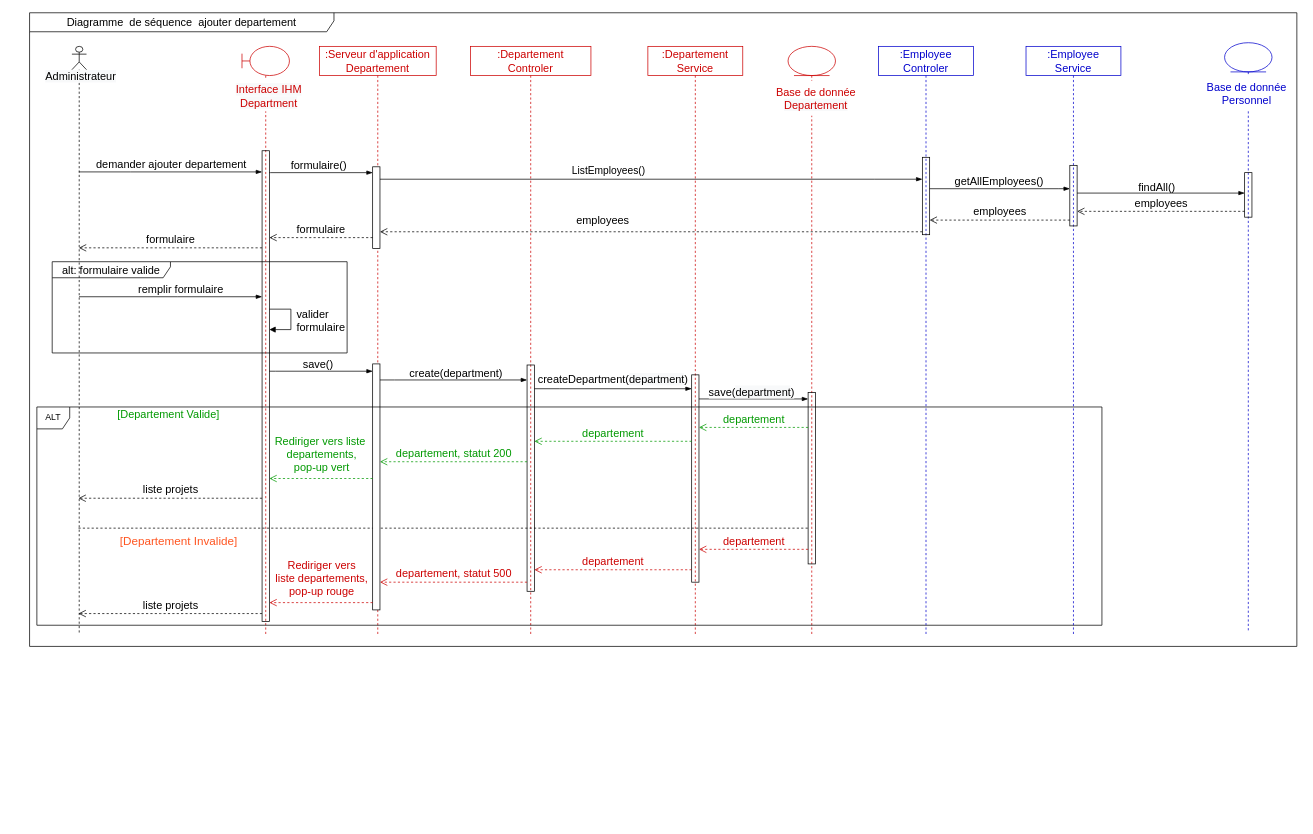
The draw.io diagram Department/AddDepartmentDiagrammeSequence.drawio in ZidiMedAmine/UML, before the edit. Source tidied: cells renumbered, new cells numbered last; positions are measured from the earlier drawing's top-left corner, leaving out a move shared by most shapes. Both pictures are drawn from the tidied source at 73%, with x=0, y=0 at pixel (18, 12).
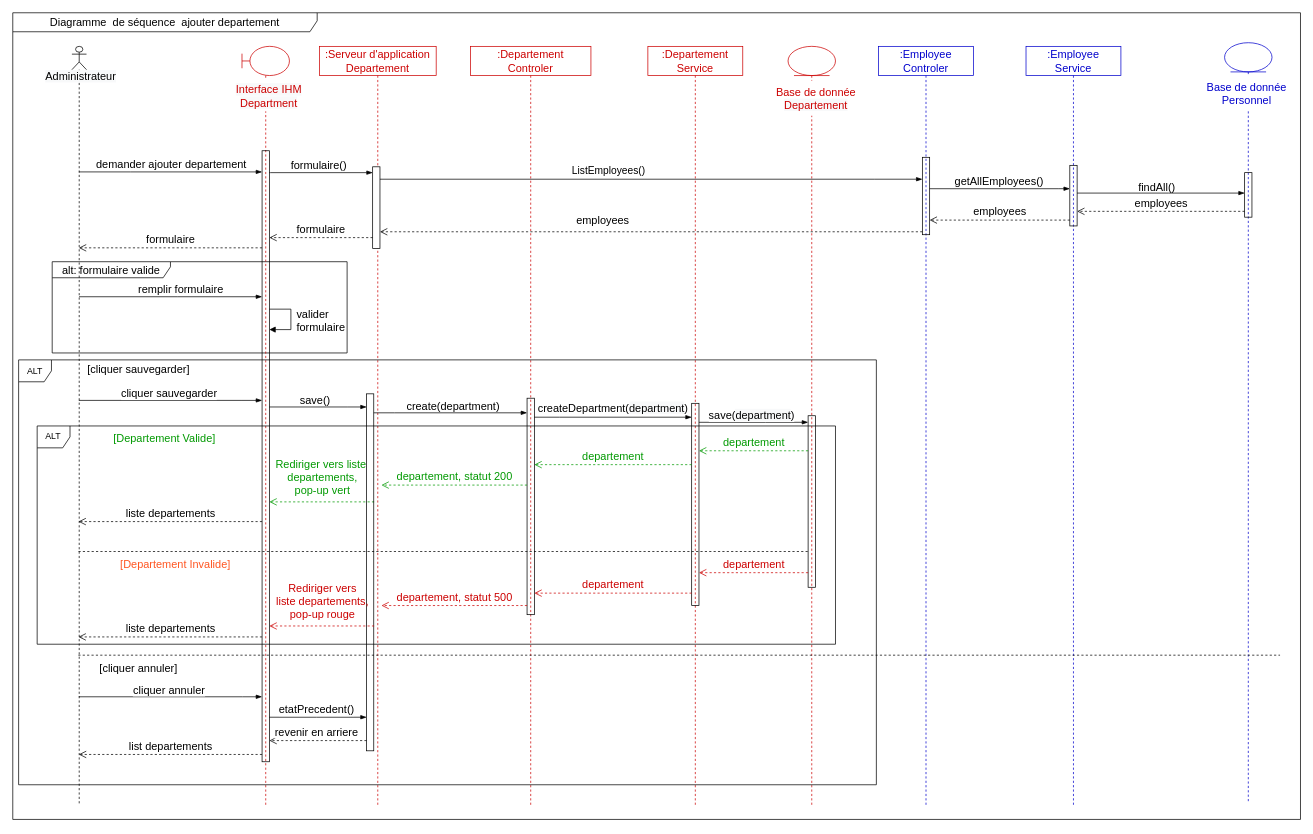
The same diagram, later.

Commit message (it also covers changes not shown here):
Mettre à jour AddDepartmentDiagrammeSequence.drawio

Change to the diagram source:
```diff
@@
     <mxCell id="3" value=":Departement&lt;br&gt;Controler" style="shape=umlLifeline;perimeter=lifelinePerimeter;whiteSpace=wrap;html=1;rounded=0;shadow=0;glass=0;sketch=0;fillColor=none;fontSize=15;fontColor=#CC0000;strokeColor=#CC0000;" parent="1" vertex="1">
-      <mxGeometry x="619" y="46" width="165" height="805" as="geometry" />
+      <mxGeometry x="619" y="46" width="165" height="1040" as="geometry" />
     </mxCell>
     <mxCell id="4" style="html=1;points=[];perimeter=orthogonalPerimeter;rounded=0;shadow=0;glass=0;sketch=0;fontSize=15;fillColor=none;" parent="3" vertex="1">
-      <mxGeometry x="77.5" y="436.5" width="10" height="310" as="geometry" />
+      <mxGeometry x="77.5" y="482" width="10" height="296.5" as="geometry" />
     </mxCell>
     <mxCell id="5" style="edgeStyle=none;rounded=0;jettySize=auto;html=1;fontSize=15;fontColor=#000000;strokeColor=#000000;endArrow=none;endFill=0;dashed=1;" parent="1" edge="1" target="11">
       <mxGeometry relative="1" as="geometry">
-        <mxPoint x="82" y="706" as="sourcePoint" />
+        <mxPoint x="82" y="738" as="sourcePoint" />
         <Array as="points">
-          <mxPoint x="201" y="706" />
+          <mxPoint x="201" y="738" />
         </Array>
       </mxGeometry>
     </mxCell>
     <mxCell id="6" style="shape=umlLifeline;participant=umlActor;perimeter=lifelinePerimeter;whiteSpace=wrap;html=1;verticalAlign=top;spacingTop=36;outlineConnect=0;fillColor=none;size=32;sketch=0;shadow=0;rounded=0;glass=0;" parent="1" vertex="1">
-      <mxGeometry x="73" y="46" width="20" height="805" as="geometry" />
+      <mxGeometry x="73" y="46" width="20" height="1040" as="geometry" />
     </mxCell>
@@
     <mxCell id="8" value=":Departement&lt;br&gt;Service" style="shape=umlLifeline;perimeter=lifelinePerimeter;whiteSpace=wrap;html=1;rounded=0;shadow=0;glass=0;sketch=0;fillColor=none;fontSize=15;fontColor=#CC0000;strokeColor=#CC0000;" parent="1" vertex="1">
-      <mxGeometry x="862" y="46" width="130" height="805" as="geometry" />
+      <mxGeometry x="862" y="46" width="130" height="1040" as="geometry" />
     </mxCell>
     <mxCell id="9" style="html=1;points=[];perimeter=orthogonalPerimeter;rounded=0;shadow=0;glass=0;sketch=0;fontSize=15;fillColor=none;" parent="8" vertex="1">
-      <mxGeometry x="60" y="450" width="10" height="284" as="geometry" />
+      <mxGeometry x="60" y="489" width="10" height="277" as="geometry" />
     </mxCell>
     <mxCell id="10" style="shape=umlLifeline;participant=umlEntity;perimeter=lifelinePerimeter;whiteSpace=wrap;html=1;verticalAlign=top;spacingTop=36;rounded=0;shadow=0;glass=0;sketch=0;fontSize=15;fillColor=none;fontColor=#CC6600;strokeColor=#CC0000;" parent="1" vertex="1">
-      <mxGeometry x="1054" y="46" width="65" height="805" as="geometry" />
+      <mxGeometry x="1054" y="46" width="65" height="1040" as="geometry" />
     </mxCell>
     <mxCell id="11" style="html=1;points=[];perimeter=orthogonalPerimeter;rounded=0;shadow=0;glass=0;sketch=0;fontSize=15;fillColor=none;" parent="10" vertex="1">
-      <mxGeometry x="27.5" y="474" width="10" height="235" as="geometry" />
+      <mxGeometry x="27.5" y="506" width="10" height="235" as="geometry" />
     </mxCell>
@@
     <mxCell id="13" style="shape=umlLifeline;participant=umlBoundary;perimeter=lifelinePerimeter;whiteSpace=wrap;html=1;verticalAlign=top;spacingTop=36;rounded=0;shadow=0;glass=0;sketch=0;fontSize=15;fillColor=none;fontColor=#CC6600;strokeColor=#CC0000;" parent="1" vertex="1">
-      <mxGeometry x="306" y="46" width="65" height="805" as="geometry" />
+      <mxGeometry x="306" y="46" width="65" height="1040" as="geometry" />
     </mxCell>
@@
     <mxCell id="15" style="html=1;points=[];perimeter=orthogonalPerimeter;rounded=0;shadow=0;glass=0;sketch=0;fontSize=15;fillColor=none;" parent="13" vertex="1">
-      <mxGeometry x="27.5" y="143" width="10" height="645" as="geometry" />
+      <mxGeometry x="27.5" y="143" width="10" height="837" as="geometry" />
     </mxCell>
@@
     <mxCell id="19" style="edgeStyle=elbowEdgeStyle;fontSize=12;html=1;endArrow=blockThin;endFill=1;rounded=0;" parent="1" edge="1" source="4" target="9">
       <mxGeometry relative="1" as="geometry">
         <Array as="points">
-          <mxPoint x="741" y="515" />
-          <mxPoint x="716" y="306" />
-          <mxPoint x="565" y="291" />
-          <mxPoint x="490" y="320" />
+          <mxPoint x="741" y="554" />
+          <mxPoint x="716" y="345" />
+          <mxPoint x="565" y="330" />
+          <mxPoint x="490" y="359" />
         </Array>
       </mxGeometry>
     </mxCell>
@@
     <mxCell id="21" style="edgeStyle=elbowEdgeStyle;fontSize=12;html=1;endArrow=blockThin;endFill=1;rounded=0;" parent="1" edge="1" source="9" target="11">
       <mxGeometry relative="1" as="geometry">
         <Array as="points">
-          <mxPoint x="1023" y="529" />
-          <mxPoint x="932" y="540" />
-          <mxPoint x="729" y="316" />
+          <mxPoint x="1023" y="561" />
+          <mxPoint x="932" y="572" />
+          <mxPoint x="729" y="348" />
         </Array>
       </mxGeometry>
     </mxCell>
@@
     <mxCell id="23" value="&lt;font color=&quot;#009900&quot;&gt;departement&lt;/font&gt;" style="html=1;verticalAlign=bottom;endArrow=open;dashed=1;endSize=8;rounded=0;fontSize=15;strokeColor=#009900;" parent="1" edge="1" source="11" target="9">
       <mxGeometry relative="1" as="geometry">
         <Array as="points">
-          <mxPoint x="988" y="568" />
+          <mxPoint x="988" y="600" />
         </Array>
       </mxGeometry>
     </mxCell>
     <mxCell id="24" value="&lt;span style=&quot;color: rgb(0, 153, 0);&quot;&gt;departement&lt;/span&gt;" style="html=1;verticalAlign=bottom;endArrow=open;dashed=1;endSize=8;rounded=0;fontSize=15;strokeColor=#009900;" parent="1" edge="1" source="9" target="4">
       <mxGeometry relative="1" as="geometry">
         <Array as="points">
-          <mxPoint x="858" y="587" />
+          <mxPoint x="858" y="619" />
         </Array>
       </mxGeometry>
     </mxCell>
     <mxCell id="25" value=":Serveur d'application&lt;br&gt;Departement" style="shape=umlLifeline;perimeter=lifelinePerimeter;whiteSpace=wrap;html=1;rounded=0;shadow=0;glass=0;sketch=0;fillColor=none;fontSize=15;fontColor=#CC0000;strokeColor=#CC0000;" parent="1" vertex="1">
-      <mxGeometry x="412" y="46" width="160" height="805" as="geometry" />
+      <mxGeometry x="412" y="46" width="160" height="1040" as="geometry" />
     </mxCell>
@@
-    <mxCell id="27" style="html=1;points=[];perimeter=orthogonalPerimeter;" parent="25" vertex="1">
-      <mxGeometry x="73" y="435" width="10" height="337" as="geometry" />
-    </mxCell>
@@
-    <mxCell id="34" style="fontSize=12;html=1;endArrow=blockThin;endFill=1;rounded=0;" parent="1" edge="1" target="27">
+    <mxCell id="34" style="fontSize=12;html=1;endArrow=blockThin;endFill=1;rounded=0;" parent="1" edge="1" source="15" target="67">
       <mxGeometry relative="1" as="geometry">
-        <mxPoint x="343.5" y="491" as="sourcePoint" />
         <Array as="points">
-          <mxPoint x="352" y="491" />
+          <mxPoint x="450" y="540" />
         </Array>
       </mxGeometry>
     </mxCell>
@@
-    <mxCell id="36" style="fontSize=12;html=1;endArrow=blockThin;endFill=1;rounded=0;" parent="1" edge="1" source="27" target="4">
+    <mxCell id="36" style="fontSize=12;html=1;endArrow=blockThin;endFill=1;rounded=0;" parent="1" edge="1" source="67" target="4">
       <mxGeometry relative="1" as="geometry">
         <Array as="points">
-          <mxPoint x="515" y="503" />
+          <mxPoint x="515" y="548" />
         </Array>
       </mxGeometry>
     </mxCell>
@@
-    <mxCell id="38" value="&lt;span style=&quot;color: rgb(0, 153, 0);&quot;&gt;departement&lt;/span&gt;&lt;font color=&quot;#009900&quot;&gt;, statut 200&lt;/font&gt;" style="html=1;verticalAlign=bottom;endArrow=open;dashed=1;endSize=8;rounded=0;fontSize=15;strokeColor=#009900;" parent="1" edge="1" source="4" target="27">
+    <mxCell id="38" value="&lt;span style=&quot;color: rgb(0, 153, 0);&quot;&gt;departement&lt;/span&gt;&lt;font color=&quot;#009900&quot;&gt;, statut 200&lt;/font&gt;" style="html=1;verticalAlign=bottom;endArrow=open;dashed=1;endSize=8;rounded=0;fontSize=15;strokeColor=#009900;" parent="1" edge="1" source="4">
       <mxGeometry relative="1" as="geometry">
+        <mxPoint x="497" y="647" as="targetPoint" />
         <Array as="points">
-          <mxPoint x="596" y="615" />
+          <mxPoint x="596" y="647" />
         </Array>
       </mxGeometry>
     </mxCell>
-    <mxCell id="39" value="&lt;font color=&quot;#009900&quot;&gt;Rediriger vers liste&amp;nbsp;&lt;br&gt;&lt;/font&gt;&lt;span style=&quot;color: rgb(0, 153, 0);&quot;&gt;departements&lt;/span&gt;&lt;font color=&quot;#009900&quot;&gt;,&lt;br&gt;pop-up vert&lt;br&gt;&lt;/font&gt;" style="html=1;verticalAlign=bottom;endArrow=open;dashed=1;endSize=8;rounded=0;fontSize=15;strokeColor=#009900;" parent="1" edge="1" source="27">
+    <mxCell id="39" value="&lt;font color=&quot;#009900&quot;&gt;Rediriger vers liste&amp;nbsp;&lt;br&gt;&lt;/font&gt;&lt;span style=&quot;color: rgb(0, 153, 0);&quot;&gt;departements&lt;/span&gt;&lt;font color=&quot;#009900&quot;&gt;,&lt;br&gt;pop-up vert&lt;br&gt;&lt;/font&gt;" style="html=1;verticalAlign=bottom;endArrow=open;dashed=1;endSize=8;rounded=0;fontSize=15;strokeColor=#009900;" parent="1" edge="1">
       <mxGeometry x="-0.01" y="-4" relative="1" as="geometry">
-        <mxPoint x="343.5" y="638" as="targetPoint" />
+        <mxPoint x="487" y="670" as="sourcePoint" />
+        <mxPoint x="343.5" y="670" as="targetPoint" />
         <Array as="points">
-          <mxPoint x="422" y="638" />
+          <mxPoint x="422" y="670" />
         </Array>
       </mxGeometry>
     </mxCell>
-    <mxCell id="40" value="&lt;font color=&quot;#000000&quot;&gt;liste projets&lt;/font&gt;" style="html=1;verticalAlign=bottom;endArrow=open;dashed=1;endSize=8;rounded=0;fontSize=15;fontColor=#009900;strokeColor=#000000;" parent="1" edge="1">
+    <mxCell id="40" value="&lt;font color=&quot;#000000&quot;&gt;liste departements&lt;/font&gt;" style="html=1;verticalAlign=bottom;endArrow=open;dashed=1;endSize=8;rounded=0;fontSize=15;fontColor=#009900;strokeColor=#000000;" parent="1" edge="1">
       <mxGeometry relative="1" as="geometry">
-        <mxPoint x="333.5" y="665" as="sourcePoint" />
-        <mxPoint x="82" y="665" as="targetPoint" />
+        <mxPoint x="333.5" y="697" as="sourcePoint" />
+        <mxPoint x="82" y="697" as="targetPoint" />
         <Array as="points">
-          <mxPoint x="237" y="665" />
+          <mxPoint x="237" y="697" />
         </Array>
       </mxGeometry>
     </mxCell>
     <mxCell id="41" style="group;" parent="1" vertex="1">
-      <mxGeometry y="362" width="1751" height="549" as="geometry" />
+      <mxGeometry y="362" width="1755" height="745" as="geometry" />
     </mxCell>
-    <mxCell id="42" value="ALT" style="shape=umlFrame;whiteSpace=wrap;html=1;width=45;height=30;" parent="41" vertex="1">
-      <mxGeometry x="25" y="178" width="1459" height="299" as="geometry" />
-    </mxCell>
     <mxCell id="43" value="&lt;div style=&quot;text-align: left; font-size: 15px;&quot;&gt;&lt;span style=&quot;background-color: initial; font-size: 15px;&quot;&gt;[Departement&amp;nbsp;&lt;/span&gt;&lt;span style=&quot;background-color: initial; text-align: right; font-size: 15px;&quot;&gt;Valide]&lt;/span&gt;&lt;/div&gt;" style="text;html=1;strokeColor=none;fillColor=none;align=center;verticalAlign=middle;whiteSpace=wrap;rounded=0;fontSize=15;fontColor=#009900;" parent="41" vertex="1">
-      <mxGeometry x="101.5" y="175.7" width="206.5" height="24.4" as="geometry" />
+      <mxGeometry x="99.1" y="207.7" width="201.7" height="24.4" as="geometry" />
     </mxCell>
-    <mxCell id="44" value="[Departement Invalide]" style="text;html=1;strokeColor=none;fillColor=none;align=center;verticalAlign=middle;whiteSpace=wrap;rounded=0;fontSize=16;fontColor=#FF5521;" parent="41" vertex="1">
-      <mxGeometry x="136.1" y="350" width="167.4" height="22.6" as="geometry" />
+    <mxCell id="44" value="[Departement Invalide]" style="text;html=1;strokeColor=none;fillColor=none;align=center;verticalAlign=middle;whiteSpace=wrap;rounded=0;fontSize=15;fontColor=#FF5521;" parent="41" vertex="1">
+      <mxGeometry x="132.9" y="382" width="163.5" height="22.6" as="geometry" />
     </mxCell>
-    <mxCell id="45" value="Diagramme&amp;nbsp; de séquence&amp;nbsp; ajouter departement" style="shape=umlFrame;whiteSpace=wrap;html=1;rounded=0;shadow=0;glass=0;sketch=0;fontSize=15;fillColor=none;width=417;height=26;" parent="41" vertex="1">
-      <mxGeometry x="15" y="-362" width="1736" height="868" as="geometry" />
-    </mxCell>
+    <mxCell id="67" style="html=1;points=[];perimeter=orthogonalPerimeter;rounded=0;shadow=0;glass=0;sketch=0;fontSize=15;fillColor=none;" parent="41" vertex="1">
+      <mxGeometry x="476.7" y="160" width="9.8" height="489" as="geometry" />
+    </mxCell>
+    <mxCell id="68" value="&lt;div style=&quot;text-align: left;&quot;&gt;&lt;span style=&quot;color: rgb(0, 0, 0); text-align: center; background-color: rgb(255, 255, 255);&quot;&gt;&lt;font style=&quot;font-size: 15px;&quot;&gt;[cliquer sauvegarder]&lt;/font&gt;&lt;/span&gt;&lt;br&gt;&lt;/div&gt;" style="text;html=1;strokeColor=none;fillColor=none;align=center;verticalAlign=bottom;whiteSpace=wrap;rounded=0;fontSize=15;fontColor=#009900;" parent="41" vertex="1">
+      <mxGeometry x="89.9" y="114" width="148.5" height="24.4" as="geometry" />
+    </mxCell>
+    <mxCell id="69" value="&lt;div style=&quot;text-align: left;&quot;&gt;&lt;span style=&quot;color: rgb(0, 0, 0); text-align: center; background-color: rgb(255, 255, 255);&quot;&gt;&lt;font style=&quot;font-size: 15px;&quot;&gt;[cliquer annuler]&lt;/font&gt;&lt;/span&gt;&lt;br&gt;&lt;/div&gt;" style="text;html=1;strokeColor=none;fillColor=none;align=center;verticalAlign=bottom;whiteSpace=wrap;rounded=0;fontSize=15;fontColor=#009900;" parent="41" vertex="1">
+      <mxGeometry x="89.9" y="523" width="148.5" height="24.4" as="geometry" />
+    </mxCell>
+    <mxCell id="42" value="ALT" style="shape=umlFrame;whiteSpace=wrap;html=1;width=45;height=30;" parent="41" vertex="1">
+      <mxGeometry x="25.4" y="204" width="1093.6" height="299" as="geometry" />
+    </mxCell>
+    <mxCell id="70" value="ALT" style="shape=umlFrame;whiteSpace=wrap;html=1;width=45;height=30;" parent="41" vertex="1">
+      <mxGeometry y="113.5" width="1175" height="582" as="geometry" />
+    </mxCell>
     <mxCell id="46" value="&lt;font color=&quot;#cc0000&quot;&gt;departement&lt;/font&gt;" style="html=1;verticalAlign=bottom;endArrow=open;dashed=1;endSize=8;rounded=0;fontSize=15;fontColor=#000000;strokeColor=#CC0000;" parent="1" edge="1" source="11" target="9">
       <mxGeometry relative="1" as="geometry">
         <Array as="points">
-          <mxPoint x="1001" y="735" />
+          <mxPoint x="1001" y="767" />
         </Array>
       </mxGeometry>
     </mxCell>
     <mxCell id="47" value="&lt;span style=&quot;color: rgb(204, 0, 0);&quot;&gt;departement&lt;/span&gt;" style="html=1;verticalAlign=bottom;endArrow=open;dashed=1;endSize=8;rounded=0;fontSize=15;fontColor=#000000;strokeColor=#CC0000;" parent="1" edge="1" source="9" target="4">
       <mxGeometry relative="1" as="geometry">
         <Array as="points">
-          <mxPoint x="842" y="763" />
+          <mxPoint x="842" y="795" />
         </Array>
       </mxGeometry>
     </mxCell>
-    <mxCell id="48" value="&lt;span style=&quot;color: rgb(204, 0, 0);&quot;&gt;departement&lt;/span&gt;&lt;font color=&quot;#cc0000&quot;&gt;, statut 500&lt;/font&gt;" style="html=1;verticalAlign=bottom;endArrow=open;dashed=1;endSize=8;rounded=0;fontSize=15;fontColor=#000000;strokeColor=#CC0000;" parent="1" edge="1" source="4" target="27">
+    <mxCell id="48" value="&lt;span style=&quot;color: rgb(204, 0, 0);&quot;&gt;departement&lt;/span&gt;&lt;font color=&quot;#cc0000&quot;&gt;, statut 500&lt;/font&gt;" style="html=1;verticalAlign=bottom;endArrow=open;dashed=1;endSize=8;rounded=0;fontSize=15;fontColor=#000000;strokeColor=#CC0000;" parent="1" edge="1" source="4">
       <mxGeometry relative="1" as="geometry">
+        <mxPoint x="497" y="812" as="targetPoint" />
         <Array as="points">
-          <mxPoint x="582" y="780" />
+          <mxPoint x="582" y="812" />
         </Array>
       </mxGeometry>
     </mxCell>
-    <mxCell id="49" value="&lt;font color=&quot;#cc0000&quot;&gt;Rediriger vers &lt;br&gt;liste&amp;nbsp;&lt;/font&gt;&lt;span style=&quot;color: rgb(204, 0, 0);&quot;&gt;departements&lt;/span&gt;&lt;font color=&quot;#cc0000&quot;&gt;,&lt;br&gt;pop-up rouge&lt;/font&gt;" style="html=1;verticalAlign=bottom;endArrow=open;dashed=1;endSize=8;rounded=0;fontSize=15;strokeColor=#CC0000;" parent="1" edge="1" source="27">
+    <mxCell id="49" value="&lt;font color=&quot;#cc0000&quot;&gt;Rediriger vers &lt;br&gt;liste&amp;nbsp;&lt;/font&gt;&lt;span style=&quot;color: rgb(204, 0, 0);&quot;&gt;departements&lt;/span&gt;&lt;font color=&quot;#cc0000&quot;&gt;,&lt;br&gt;pop-up rouge&lt;/font&gt;" style="html=1;verticalAlign=bottom;endArrow=open;dashed=1;endSize=8;rounded=0;fontSize=15;strokeColor=#CC0000;labelBackgroundColor=none;" parent="1" edge="1">
       <mxGeometry x="-0.01" y="-4" relative="1" as="geometry">
-        <mxPoint x="343.5" y="808" as="targetPoint" />
+        <mxPoint x="487" y="840" as="sourcePoint" />
+        <mxPoint x="343.5" y="840" as="targetPoint" />
         <Array as="points">
-          <mxPoint x="408" y="808" />
+          <mxPoint x="408" y="840" />
         </Array>
       </mxGeometry>
     </mxCell>
-    <mxCell id="50" value="&lt;font color=&quot;#000000&quot;&gt;liste projets&lt;/font&gt;" style="html=1;verticalAlign=bottom;endArrow=open;dashed=1;endSize=8;rounded=0;fontSize=15;fontColor=#009900;strokeColor=#000000;" parent="1" edge="1">
+    <mxCell id="50" value="&lt;font color=&quot;#000000&quot;&gt;liste&amp;nbsp;&lt;/font&gt;&lt;span style=&quot;color: rgb(0, 0, 0);&quot;&gt;departements&lt;/span&gt;" style="html=1;verticalAlign=bottom;endArrow=open;dashed=1;endSize=8;rounded=0;fontSize=15;fontColor=#009900;strokeColor=#000000;" parent="1" edge="1">
       <mxGeometry relative="1" as="geometry">
-        <mxPoint x="333.5" y="823" as="sourcePoint" />
-        <mxPoint x="82" y="823" as="targetPoint" />
+        <mxPoint x="333.5" y="855" as="sourcePoint" />
+        <mxPoint x="82" y="855" as="targetPoint" />
         <Array as="points">
-          <mxPoint x="194" y="823" />
+          <mxPoint x="194" y="855" />
         </Array>
       </mxGeometry>
     </mxCell>
     <mxCell id="51" value=":Employee&lt;br&gt;Controler" style="shape=umlLifeline;perimeter=lifelinePerimeter;whiteSpace=wrap;html=1;rounded=0;shadow=0;glass=0;sketch=0;fillColor=none;fontSize=15;strokeColor=#0000CC;fontColor=#0000CC;" parent="1" vertex="1">
-      <mxGeometry x="1178" y="46" width="130" height="805" as="geometry" />
+      <mxGeometry x="1178" y="46" width="130" height="1040" as="geometry" />
     </mxCell>
@@
     <mxCell id="53" style="shape=umlLifeline;participant=umlEntity;perimeter=lifelinePerimeter;whiteSpace=wrap;html=1;verticalAlign=top;spacingTop=36;rounded=0;shadow=0;glass=0;sketch=0;fontSize=15;fillColor=none;strokeColor=#0000CC;" parent="1" vertex="1">
-      <mxGeometry x="1652" y="41" width="65" height="805" as="geometry" />
+      <mxGeometry x="1652" y="41" width="65" height="1040" as="geometry" />
     </mxCell>
@@
     <mxCell id="56" value=":Employee&lt;br&gt;Service" style="shape=umlLifeline;perimeter=lifelinePerimeter;whiteSpace=wrap;html=1;rounded=0;shadow=0;glass=0;sketch=0;fillColor=none;fontSize=15;strokeColor=#0000CC;fontColor=#0000CC;" parent="1" vertex="1">
-      <mxGeometry x="1380" y="46" width="130" height="805" as="geometry" />
+      <mxGeometry x="1380" y="46" width="130" height="1040" as="geometry" />
     </mxCell>
@@
+    <mxCell id="45" value="Diagramme&amp;nbsp; de séquence&amp;nbsp; ajouter departement" style="shape=umlFrame;whiteSpace=wrap;html=1;rounded=0;shadow=0;glass=0;sketch=0;fontSize=15;fillColor=none;width=417;height=26;" parent="1" vertex="1">
+      <mxGeometry x="-8" width="1764" height="1105" as="geometry" />
+    </mxCell>
+    <mxCell id="71" style="edgeStyle=elbowEdgeStyle;fontSize=12;html=1;endArrow=blockThin;endFill=1;rounded=0;fontColor=#000000;" parent="1" edge="1" source="6" target="15">
+      <mxGeometry relative="1" as="geometry">
+        <Array as="points">
+          <mxPoint x="306" y="531" />
+          <mxPoint x="188" y="516" />
+        </Array>
+      </mxGeometry>
+    </mxCell>
+    <mxCell id="72" value="cliquer sauvegarder" style="edgeLabel;html=1;align=center;verticalAlign=middle;fontSize=15;fontColor=#000000;" parent="71" vertex="1">
+      <mxGeometry x="-0.02" y="2" relative="1" as="geometry">
+        <mxPoint y="-9" as="offset" />
+      </mxGeometry>
+    </mxCell>
+    <mxCell id="73" style="rounded=0;orthogonalLoop=1;jettySize=auto;html=1;fontSize=15;fontColor=#000000;strokeColor=#000000;endArrow=none;endFill=0;dashed=1;" parent="1" edge="1">
+      <mxGeometry relative="1" as="geometry">
+        <mxPoint x="81.8" y="880" as="sourcePoint" />
+        <mxPoint x="1728" y="880" as="targetPoint" />
+      </mxGeometry>
+    </mxCell>
+    <mxCell id="74" style="edgeStyle=elbowEdgeStyle;fontSize=12;html=1;endArrow=blockThin;endFill=1;rounded=0;fontColor=#000000;" parent="1" edge="1" source="6" target="15">
+      <mxGeometry relative="1" as="geometry">
+        <Array as="points">
+          <mxPoint x="306.7" y="937" />
+          <mxPoint x="188.7" y="922" />
+        </Array>
+      </mxGeometry>
+    </mxCell>
+    <mxCell id="75" value="cliquer annuler" style="edgeLabel;html=1;align=center;verticalAlign=middle;fontSize=15;fontColor=#000000;" parent="74" vertex="1">
+      <mxGeometry x="-0.02" y="2" relative="1" as="geometry">
+        <mxPoint y="-9" as="offset" />
+      </mxGeometry>
+    </mxCell>
+    <mxCell id="76" style="edgeStyle=elbowEdgeStyle;fontSize=12;html=1;endArrow=blockThin;endFill=1;rounded=0;fontColor=#000000;" parent="1" edge="1" source="15" target="67">
+      <mxGeometry relative="1" as="geometry">
+        <Array as="points">
+          <mxPoint x="408" y="965" />
+        </Array>
+      </mxGeometry>
+    </mxCell>
+    <mxCell id="77" value="etatPrecedent()" style="edgeLabel;html=1;align=center;verticalAlign=middle;fontSize=15;fontColor=#000000;" parent="76" vertex="1">
+      <mxGeometry x="-0.29" y="-1" relative="1" as="geometry">
+        <mxPoint x="17" y="-13" as="offset" />
+      </mxGeometry>
+    </mxCell>
+    <mxCell id="78" value="revenir en arriere&amp;nbsp;" style="html=1;verticalAlign=bottom;endArrow=open;dashed=1;endSize=8;rounded=0;fontSize=15;fontColor=#000000;" parent="1" edge="1" source="67" target="15">
+      <mxGeometry relative="1" as="geometry">
+        <Array as="points">
+          <mxPoint x="431" y="997" />
+        </Array>
+      </mxGeometry>
+    </mxCell>
+    <mxCell id="79" value="list departements" style="html=1;verticalAlign=bottom;endArrow=open;dashed=1;endSize=8;rounded=0;fontSize=15;fontColor=#000000;" parent="1" edge="1" source="15" target="6">
+      <mxGeometry relative="1" as="geometry">
+        <Array as="points">
+          <mxPoint x="218" y="1016" />
+        </Array>
+      </mxGeometry>
+    </mxCell>
```
